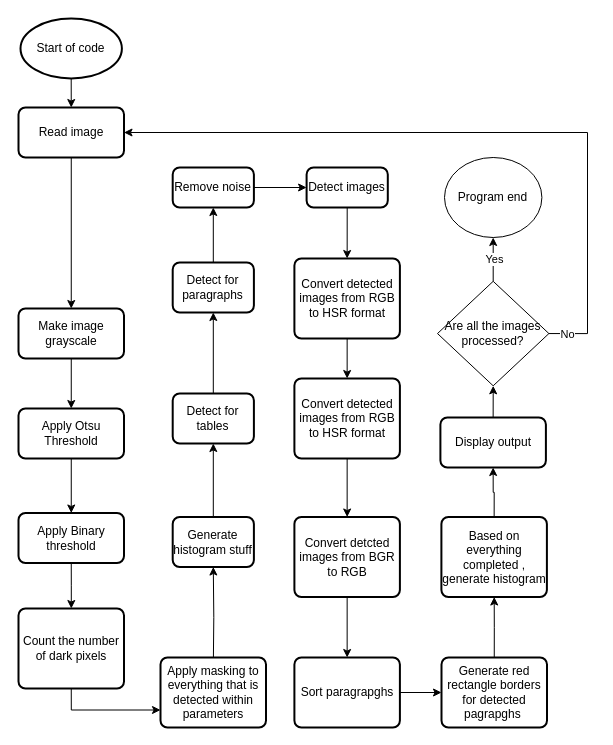
The draw.io diagram task_b/flowchart_for_code.drawio in l4n1skyy/DIP_CW1, before the edit. Source tidied: cells renumbered, new cells numbered last; positions are measured from the earlier drawing's top-left corner, leaving out a move shared by most shapes. Both pictures are drawn from the tidied source at 100%, with x=0, y=0 at pixel (18, 18).
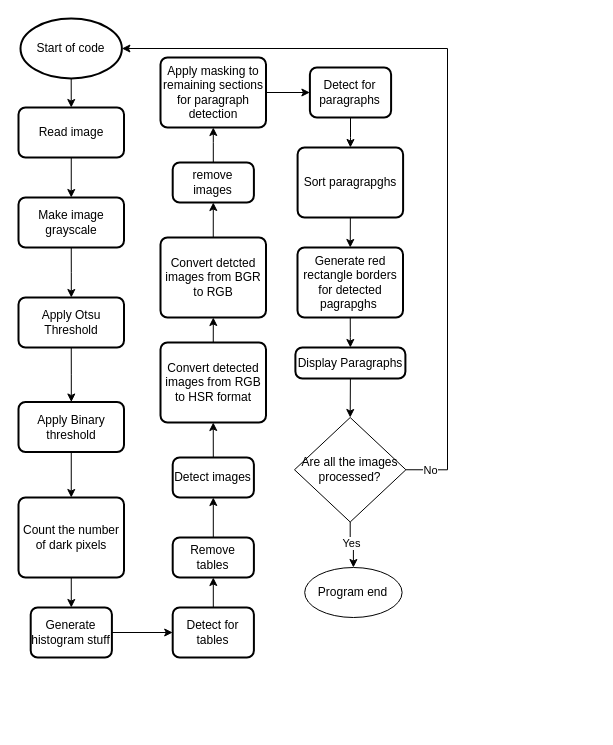
The same diagram, later.

The change refers to these unchanged cells:
```xml
<mxCell id="3" value="Start of code" style="strokeWidth=2;html=1;shape=mxgraph.flowchart.start_1;whiteSpace=wrap;" parent="1" vertex="1">
  <mxGeometry x="2" width="101.4" height="60" as="geometry" />
</mxCell>
<mxCell id="7" value="Read image" style="rounded=1;whiteSpace=wrap;html=1;absoluteArcSize=1;arcSize=14;strokeWidth=2;" parent="1" vertex="1">
  <mxGeometry y="89" width="105.5" height="50" as="geometry" />
</mxCell>
```

Diff of the diagram source:
```diff
@@
+    <mxCell id="6" style="edgeStyle=orthogonalEdgeStyle;rounded=0;jettySize=auto;html=1;exitX=0.5;exitY=1;exitDx=0;exitDy=0;" parent="1" edge="1" source="4" target="5">
+      <mxGeometry relative="1" as="geometry" />
+    </mxCell>
     <mxCell id="4" value="Apply Otsu Threshold" style="rounded=1;whiteSpace=wrap;html=1;absoluteArcSize=1;arcSize=14;strokeWidth=2;" parent="1" vertex="1">
-      <mxGeometry y="390" width="105.5" height="50" as="geometry" />
+      <mxGeometry y="279" width="105.5" height="50" as="geometry" />
     </mxCell>
+    <mxCell id="37" style="edgeStyle=orthogonalEdgeStyle;rounded=0;jettySize=auto;html=1;exitX=0.5;exitY=1;exitDx=0;exitDy=0;entryX=0.5;entryY=0;entryDx=0;entryDy=0;" parent="1" edge="1" source="5" target="36">
+      <mxGeometry relative="1" as="geometry" />
+    </mxCell>
     <mxCell id="5" value="Apply Binary threshold" style="rounded=1;whiteSpace=wrap;html=1;absoluteArcSize=1;arcSize=14;strokeWidth=2;" parent="1" vertex="1">
-      <mxGeometry y="494.5" width="105.5" height="50" as="geometry" />
+      <mxGeometry y="383.5" width="105.5" height="50" as="geometry" />
     </mxCell>
-    <mxCell id="6" style="edgeStyle=orthogonalEdgeStyle;rounded=0;jettySize=auto;html=1;exitX=0.5;exitY=1;exitDx=0;exitDy=0;entryX=0.5;entryY=0;entryDx=0;entryDy=0;" parent="1" edge="1" source="4" target="5">
-      <mxGeometry relative="1" as="geometry" />
-    </mxCell>
+    <mxCell id="10" style="edgeStyle=orthogonalEdgeStyle;rounded=0;jettySize=auto;html=1;exitX=0.5;exitY=1;exitDx=0;exitDy=0;entryX=0.5;entryY=0;entryDx=0;entryDy=0;" parent="1" edge="1" source="7" target="9">
+      <mxGeometry relative="1" as="geometry" />
+    </mxCell>
@@
-    <mxCell id="8" style="edgeStyle=orthogonalEdgeStyle;rounded=0;jettySize=auto;html=1;exitX=0.5;exitY=1;exitDx=0;exitDy=0;entryX=0.5;entryY=0;entryDx=0;entryDy=0;" parent="1" edge="1" source="9" target="4">
+    <mxCell id="8" style="edgeStyle=orthogonalEdgeStyle;rounded=0;jettySize=auto;html=1;exitX=0.5;exitY=1;exitDx=0;exitDy=0;" parent="1" edge="1" source="9" target="4">
       <mxGeometry relative="1" as="geometry" />
     </mxCell>
     <mxCell id="9" value="Make image grayscale" style="rounded=1;whiteSpace=wrap;html=1;absoluteArcSize=1;arcSize=14;strokeWidth=2;" parent="1" vertex="1">
-      <mxGeometry y="290" width="105.5" height="50" as="geometry" />
+      <mxGeometry y="179" width="105.5" height="50" as="geometry" />
     </mxCell>
-    <mxCell id="10" style="edgeStyle=orthogonalEdgeStyle;rounded=0;jettySize=auto;html=1;exitX=0.5;exitY=1;exitDx=0;exitDy=0;entryX=0.5;entryY=0;entryDx=0;entryDy=0;" parent="1" edge="1" source="7" target="9">
-      <mxGeometry relative="1" as="geometry" />
-    </mxCell>
+    <mxCell id="14" style="edgeStyle=orthogonalEdgeStyle;rounded=0;jettySize=auto;html=1;exitX=1;exitY=0.5;exitDx=0;exitDy=0;entryX=0;entryY=0.5;entryDx=0;entryDy=0;" parent="1" edge="1" source="11" target="13">
+      <mxGeometry relative="1" as="geometry" />
+    </mxCell>
     <mxCell id="11" value="Generate histogram stuff" style="rounded=1;whiteSpace=wrap;html=1;absoluteArcSize=1;arcSize=14;strokeWidth=2;" parent="1" vertex="1">
-      <mxGeometry x="154.2" y="498.5" width="81.2" height="50" as="geometry" />
+      <mxGeometry x="12.2" y="589" width="81.2" height="50" as="geometry" />
     </mxCell>
-    <mxCell id="12" style="edgeStyle=orthogonalEdgeStyle;rounded=0;jettySize=auto;html=1;exitX=0.5;exitY=0;exitDx=0;exitDy=0;entryX=0.5;entryY=1;entryDx=0;entryDy=0;" parent="1" edge="1" source="13" target="15">
-      <mxGeometry relative="1" as="geometry" />
-    </mxCell>
+    <mxCell id="46" style="edgeStyle=orthogonalEdgeStyle;rounded=0;jettySize=auto;html=1;exitX=0.5;exitY=0;exitDx=0;exitDy=0;entryX=0.5;entryY=1;entryDx=0;entryDy=0;" parent="1" edge="1" source="13" target="18">
+      <mxGeometry relative="1" as="geometry" />
+    </mxCell>
     <mxCell id="13" value="Detect for tables" style="rounded=1;whiteSpace=wrap;html=1;absoluteArcSize=1;arcSize=14;strokeWidth=2;" parent="1" vertex="1">
-      <mxGeometry x="154.2" y="375" width="81.2" height="50" as="geometry" />
+      <mxGeometry x="154.2" y="589" width="81.2" height="50" as="geometry" />
     </mxCell>
-    <mxCell id="14" style="edgeStyle=orthogonalEdgeStyle;rounded=0;jettySize=auto;html=1;exitX=0.5;exitY=0;exitDx=0;exitDy=0;entryX=0.5;entryY=1;entryDx=0;entryDy=0;" parent="1" edge="1" source="11" target="13">
-      <mxGeometry relative="1" as="geometry" />
-    </mxCell>
+    <mxCell id="47" style="edgeStyle=orthogonalEdgeStyle;rounded=0;jettySize=auto;html=1;exitX=0.5;exitY=1;exitDx=0;exitDy=0;" parent="1" edge="1" source="15" target="32">
+      <mxGeometry relative="1" as="geometry" />
+    </mxCell>
     <mxCell id="15" value="Detect for paragraphs" style="rounded=1;whiteSpace=wrap;html=1;absoluteArcSize=1;arcSize=14;strokeWidth=2;" parent="1" vertex="1">
-      <mxGeometry x="154.2" y="244" width="81.2" height="50" as="geometry" />
+      <mxGeometry x="291.4" y="49" width="81.2" height="50" as="geometry" />
     </mxCell>
-    <mxCell id="16" style="edgeStyle=orthogonalEdgeStyle;rounded=0;jettySize=auto;html=1;exitX=0.5;exitY=0;exitDx=0;exitDy=0;entryX=0.5;entryY=1;entryDx=0;entryDy=0;" parent="1" edge="1" target="11">
-      <mxGeometry relative="1" as="geometry">
-        <mxPoint x="194.8" y="649" as="sourcePoint" />
-      </mxGeometry>
-    </mxCell>
+    <mxCell id="48" style="edgeStyle=orthogonalEdgeStyle;rounded=0;jettySize=auto;html=1;exitX=1;exitY=0.5;exitDx=0;exitDy=0;entryX=0;entryY=0.5;entryDx=0;entryDy=0;" parent="1" edge="1" source="17" target="15">
+      <mxGeometry relative="1" as="geometry" />
+    </mxCell>
-    <mxCell id="17" value="Apply masking to everything that is detected within parameters" style="rounded=1;whiteSpace=wrap;html=1;absoluteArcSize=1;arcSize=14;strokeWidth=2;" parent="1" vertex="1">
-      <mxGeometry x="142" y="639" width="105.5" height="70" as="geometry" />
+    <mxCell id="17" value="Apply masking to remaining sections for paragraph detection" style="rounded=1;whiteSpace=wrap;html=1;absoluteArcSize=1;arcSize=14;strokeWidth=2;" parent="1" vertex="1">
+      <mxGeometry x="142" y="39" width="105.5" height="70" as="geometry" />
     </mxCell>
+    <mxCell id="21" style="edgeStyle=orthogonalEdgeStyle;rounded=0;jettySize=auto;html=1;exitX=0.5;exitY=0;exitDx=0;exitDy=0;entryX=0.5;entryY=1;entryDx=0;entryDy=0;" parent="1" edge="1" source="18" target="20">
+      <mxGeometry relative="1" as="geometry" />
+    </mxCell>
-    <mxCell id="18" value="Remove noise" style="rounded=1;whiteSpace=wrap;html=1;absoluteArcSize=1;arcSize=14;strokeWidth=2;" parent="1" vertex="1">
-      <mxGeometry x="154.2" y="149" width="81.2" height="40" as="geometry" />
+    <mxCell id="18" value="Remove tables" style="rounded=1;whiteSpace=wrap;html=1;absoluteArcSize=1;arcSize=14;strokeWidth=2;" parent="1" vertex="1">
+      <mxGeometry x="154.2" y="519" width="81.2" height="40" as="geometry" />
     </mxCell>
-    <mxCell id="19" style="edgeStyle=orthogonalEdgeStyle;rounded=0;jettySize=auto;html=1;exitX=0.5;exitY=0;exitDx=0;exitDy=0;entryX=0.5;entryY=1;entryDx=0;entryDy=0;" parent="1" edge="1" source="15" target="18">
-      <mxGeometry relative="1" as="geometry" />
-    </mxCell>
+    <mxCell id="26" style="edgeStyle=orthogonalEdgeStyle;rounded=0;jettySize=auto;html=1;exitX=0.5;exitY=0;exitDx=0;exitDy=0;entryX=0.5;entryY=1;entryDx=0;entryDy=0;" parent="1" edge="1" source="20" target="25">
+      <mxGeometry relative="1" as="geometry" />
+    </mxCell>
     <mxCell id="20" value="Detect images" style="rounded=1;whiteSpace=wrap;html=1;absoluteArcSize=1;arcSize=14;strokeWidth=2;" parent="1" vertex="1">
-      <mxGeometry x="288.1" y="149" width="81.2" height="40" as="geometry" />
+      <mxGeometry x="154.2" y="439" width="81.2" height="40" as="geometry" />
     </mxCell>
-    <mxCell id="21" style="edgeStyle=orthogonalEdgeStyle;rounded=0;jettySize=auto;html=1;exitX=1;exitY=0.5;exitDx=0;exitDy=0;entryX=0;entryY=0.5;entryDx=0;entryDy=0;" parent="1" edge="1" source="18" target="20">
-      <mxGeometry relative="1" as="geometry" />
-    </mxCell>
-    <mxCell id="22" style="edgeStyle=orthogonalEdgeStyle;rounded=0;jettySize=auto;html=1;exitX=0.5;exitY=1;exitDx=0;exitDy=0;entryX=0.5;entryY=0;entryDx=0;entryDy=0;" parent="1" edge="1" source="23" target="32">
-      <mxGeometry relative="1" as="geometry" />
-    </mxCell>
+    <mxCell id="49" style="edgeStyle=orthogonalEdgeStyle;rounded=0;jettySize=auto;html=1;exitX=0.5;exitY=0;exitDx=0;exitDy=0;entryX=0.5;entryY=1;entryDx=0;entryDy=0;" parent="1" edge="1" source="23" target="54">
+      <mxGeometry relative="1" as="geometry" />
+    </mxCell>
     <mxCell id="23" value="Convert detcted images from BGR to RGB" style="rounded=1;whiteSpace=wrap;html=1;absoluteArcSize=1;arcSize=14;strokeWidth=2;" parent="1" vertex="1">
-      <mxGeometry x="275.9" y="498.5" width="105.5" height="80" as="geometry" />
+      <mxGeometry x="142" y="219" width="105.5" height="80" as="geometry" />
     </mxCell>
-    <mxCell id="24" style="edgeStyle=orthogonalEdgeStyle;rounded=0;jettySize=auto;html=1;exitX=0.5;exitY=1;exitDx=0;exitDy=0;entryX=0.5;entryY=0;entryDx=0;entryDy=0;" parent="1" edge="1" source="25" target="28">
-      <mxGeometry relative="1" as="geometry" />
-    </mxCell>
+    <mxCell id="50" style="edgeStyle=orthogonalEdgeStyle;rounded=0;jettySize=auto;html=1;exitX=0.5;exitY=0;exitDx=0;exitDy=0;" parent="1" edge="1" source="25" target="23">
+      <mxGeometry relative="1" as="geometry" />
+    </mxCell>
     <mxCell id="25" value="Convert detected images from RGB to HSR format" style="rounded=1;whiteSpace=wrap;html=1;absoluteArcSize=1;arcSize=14;strokeWidth=2;" parent="1" vertex="1">
-      <mxGeometry x="275.9" y="240" width="105.5" height="80" as="geometry" />
+      <mxGeometry x="142" y="324" width="105.5" height="80" as="geometry" />
     </mxCell>
-    <mxCell id="26" style="edgeStyle=orthogonalEdgeStyle;rounded=0;jettySize=auto;html=1;exitX=0.5;exitY=1;exitDx=0;exitDy=0;entryX=0.5;entryY=0;entryDx=0;entryDy=0;" parent="1" edge="1" source="20" target="25">
-      <mxGeometry relative="1" as="geometry" />
-    </mxCell>
-    <mxCell id="27" style="edgeStyle=orthogonalEdgeStyle;rounded=0;jettySize=auto;html=1;exitX=0.5;exitY=1;exitDx=0;exitDy=0;entryX=0.5;entryY=0;entryDx=0;entryDy=0;" parent="1" edge="1" source="28" target="23">
-      <mxGeometry relative="1" as="geometry" />
-    </mxCell>
-    <mxCell id="28" value="Convert detected images from RGB to HSR format" style="rounded=1;whiteSpace=wrap;html=1;absoluteArcSize=1;arcSize=14;strokeWidth=2;" parent="1" vertex="1">
-      <mxGeometry x="275.9" y="360" width="105.5" height="80" as="geometry" />
-    </mxCell>
-    <mxCell id="29" style="edgeStyle=orthogonalEdgeStyle;rounded=0;jettySize=auto;html=1;exitX=0.5;exitY=0;exitDx=0;exitDy=0;entryX=0.5;entryY=1;entryDx=0;entryDy=0;" parent="1" edge="1" source="30" target="33">
-      <mxGeometry relative="1" as="geometry" />
-    </mxCell>
-    <mxCell id="30" value="Based on everything completed , generate histogram" style="rounded=1;whiteSpace=wrap;html=1;absoluteArcSize=1;arcSize=14;strokeWidth=2;" parent="1" vertex="1">
-      <mxGeometry x="422.9" y="498.5" width="105.5" height="80" as="geometry" />
-    </mxCell>
-    <mxCell id="31" style="edgeStyle=orthogonalEdgeStyle;rounded=0;jettySize=auto;html=1;exitX=1;exitY=0.5;exitDx=0;exitDy=0;entryX=0;entryY=0.5;entryDx=0;entryDy=0;" parent="1" edge="1" source="32" target="45">
+    <mxCell id="31" style="edgeStyle=orthogonalEdgeStyle;rounded=0;jettySize=auto;html=1;exitX=0.5;exitY=1;exitDx=0;exitDy=0;entryX=0.5;entryY=0;entryDx=0;entryDy=0;" parent="1" edge="1" source="32" target="45">
       <mxGeometry relative="1" as="geometry" />
     </mxCell>
     <mxCell id="32" value="Sort paragrapghs" style="rounded=1;whiteSpace=wrap;html=1;absoluteArcSize=1;arcSize=14;strokeWidth=2;" parent="1" vertex="1">
-      <mxGeometry x="275.9" y="639" width="105.5" height="70" as="geometry" />
+      <mxGeometry x="279.1" y="129" width="105.5" height="70" as="geometry" />
     </mxCell>
+    <mxCell id="43" style="edgeStyle=orthogonalEdgeStyle;rounded=0;jettySize=auto;html=1;exitX=0.5;exitY=1;exitDx=0;exitDy=0;entryX=0.5;entryY=0;entryDx=0;entryDy=0;" parent="1" edge="1" source="33" target="42">
+      <mxGeometry relative="1" as="geometry" />
+    </mxCell>
-    <mxCell id="33" value="Display output" style="rounded=1;whiteSpace=wrap;html=1;absoluteArcSize=1;arcSize=14;strokeWidth=2;" parent="1" vertex="1">
-      <mxGeometry x="421.9" y="399" width="105.5" height="50" as="geometry" />
+    <mxCell id="33" value="Display Paragraphs" style="rounded=1;whiteSpace=wrap;html=1;absoluteArcSize=1;arcSize=14;strokeWidth=2;" parent="1" vertex="1">
+      <mxGeometry x="276.9" y="329" width="110" height="31" as="geometry" />
     </mxCell>
     <mxCell id="34" value="Program end" style="ellipse;whiteSpace=wrap;html=1;" parent="1" vertex="1">
-      <mxGeometry x="426" y="139" width="97.4" height="80" as="geometry" />
+      <mxGeometry x="286.2" y="549" width="97.4" height="50" as="geometry" />
     </mxCell>
-    <mxCell id="35" style="edgeStyle=orthogonalEdgeStyle;rounded=0;jettySize=auto;html=1;exitX=0.5;exitY=1;exitDx=0;exitDy=0;entryX=0;entryY=0.75;entryDx=0;entryDy=0;" parent="1" edge="1" source="36" target="17">
-      <mxGeometry relative="1" as="geometry" />
-    </mxCell>
+    <mxCell id="51" style="edgeStyle=orthogonalEdgeStyle;rounded=0;jettySize=auto;html=1;exitX=0.5;exitY=1;exitDx=0;exitDy=0;entryX=0.5;entryY=0;entryDx=0;entryDy=0;" parent="1" edge="1" source="36" target="11">
+      <mxGeometry relative="1" as="geometry" />
+    </mxCell>
     <mxCell id="36" value="Count the number of dark pixels" style="rounded=1;whiteSpace=wrap;html=1;absoluteArcSize=1;arcSize=14;strokeWidth=2;" parent="1" vertex="1">
-      <mxGeometry y="590" width="105.5" height="80" as="geometry" />
+      <mxGeometry y="479" width="105.5" height="80" as="geometry" />
     </mxCell>
-    <mxCell id="37" style="edgeStyle=orthogonalEdgeStyle;rounded=0;jettySize=auto;html=1;exitX=0.5;exitY=1;exitDx=0;exitDy=0;" parent="1" edge="1" source="5" target="36">
-      <mxGeometry relative="1" as="geometry" />
-    </mxCell>
-    <mxCell id="38" style="edgeStyle=orthogonalEdgeStyle;rounded=0;jettySize=auto;html=1;exitX=0.5;exitY=0;exitDx=0;exitDy=0;entryX=0.5;entryY=1;entryDx=0;entryDy=0;" parent="1" edge="1" source="42" target="34">
+    <mxCell id="38" style="edgeStyle=orthogonalEdgeStyle;rounded=0;jettySize=auto;html=1;exitX=0.5;exitY=1;exitDx=0;exitDy=0;entryX=0.5;entryY=0;entryDx=0;entryDy=0;" parent="1" edge="1" source="42" target="34">
       <mxGeometry relative="1" as="geometry" />
     </mxCell>
     <mxCell id="39" value="Yes" style="edgeLabel;html=1;align=center;verticalAlign=middle;" parent="38" vertex="1">
-      <mxGeometry x="-0.03" y="-1" relative="1" as="geometry">
-        <mxPoint y="-1" as="offset" />
-      </mxGeometry>
+      <mxGeometry x="-0.15" y="1" relative="1" as="geometry" />
     </mxCell>
-    <mxCell id="40" style="edgeStyle=orthogonalEdgeStyle;rounded=0;jettySize=auto;html=1;exitX=1;exitY=0.5;exitDx=0;exitDy=0;entryX=1;entryY=0.5;entryDx=0;entryDy=0;" parent="1" edge="1" source="42" target="7">
-      <mxGeometry relative="1" as="geometry">
-        <Array as="points">
-          <mxPoint x="569" y="315" />
-          <mxPoint x="569" y="114" />
-        </Array>
-      </mxGeometry>
-    </mxCell>
+    <mxCell id="42" value="Are all the images processed?" style="rhombus;whiteSpace=wrap;html=1;" parent="1" vertex="1">
+      <mxGeometry x="276" y="399" width="111.4" height="104.5" as="geometry" />
+    </mxCell>
+    <mxCell id="52" style="edgeStyle=orthogonalEdgeStyle;rounded=0;jettySize=auto;html=1;exitX=0.5;exitY=1;exitDx=0;exitDy=0;" parent="1" edge="1" source="45" target="33">
+      <mxGeometry relative="1" as="geometry" />
+    </mxCell>
+    <mxCell id="45" value="Generate red rectangle borders for detected pagrapghs&amp;nbsp;" style="rounded=1;whiteSpace=wrap;html=1;absoluteArcSize=1;arcSize=14;strokeWidth=2;" parent="1" vertex="1">
+      <mxGeometry x="279" y="229" width="105.5" height="70" as="geometry" />
+    </mxCell>
+    <mxCell id="53" style="edgeStyle=orthogonalEdgeStyle;rounded=0;jettySize=auto;html=1;exitX=0.5;exitY=0;exitDx=0;exitDy=0;" parent="1" edge="1" source="54" target="17">
+      <mxGeometry relative="1" as="geometry" />
+    </mxCell>
+    <mxCell id="54" value="remove images" style="rounded=1;whiteSpace=wrap;html=1;absoluteArcSize=1;arcSize=14;strokeWidth=2;" parent="1" vertex="1">
+      <mxGeometry x="154.2" y="144" width="81.2" height="40" as="geometry" />
+    </mxCell>
+    <mxCell id="55" style="edgeStyle=orthogonalEdgeStyle;rounded=0;jettySize=auto;html=1;exitX=1;exitY=0.5;exitDx=0;exitDy=0;entryX=1;entryY=0.5;entryDx=0;entryDy=0;entryPerimeter=0;" parent="1" edge="1" source="42" target="3">
+      <mxGeometry relative="1" as="geometry">
+        <Array as="points">
+          <mxPoint x="429" y="451" />
+          <mxPoint x="429" y="30" />
+        </Array>
+      </mxGeometry>
+    </mxCell>
-    <mxCell id="41" value="No" style="edgeLabel;html=1;align=center;verticalAlign=middle;" parent="40" vertex="1">
-      <mxGeometry x="-0.95" relative="1" as="geometry" />
+    <mxCell id="41" value="No" style="edgeLabel;html=1;align=center;verticalAlign=middle;" parent="55" vertex="1">
+      <mxGeometry x="-0.94" relative="1" as="geometry" />
     </mxCell>
-    <mxCell id="42" value="Are all the images processed?" style="rhombus;whiteSpace=wrap;html=1;" parent="1" vertex="1">
-      <mxGeometry x="419" y="262.8" width="111.4" height="104.5" as="geometry" />
-    </mxCell>
-    <mxCell id="43" style="edgeStyle=orthogonalEdgeStyle;rounded=0;jettySize=auto;html=1;exitX=0.5;exitY=0;exitDx=0;exitDy=0;entryX=0.5;entryY=1;entryDx=0;entryDy=0;" parent="1" edge="1" source="33" target="42">
-      <mxGeometry relative="1" as="geometry" />
-    </mxCell>
-    <mxCell id="44" style="edgeStyle=orthogonalEdgeStyle;rounded=0;jettySize=auto;html=1;exitX=0.5;exitY=0;exitDx=0;exitDy=0;" parent="1" edge="1" source="45" target="30">
-      <mxGeometry relative="1" as="geometry" />
-    </mxCell>
-    <mxCell id="45" value="Generate red rectangle borders for detected pagrapghs&amp;nbsp;" style="rounded=1;whiteSpace=wrap;html=1;absoluteArcSize=1;arcSize=14;strokeWidth=2;" parent="1" vertex="1">
-      <mxGeometry x="423" y="639" width="105.5" height="70" as="geometry" />
-    </mxCell>
```
